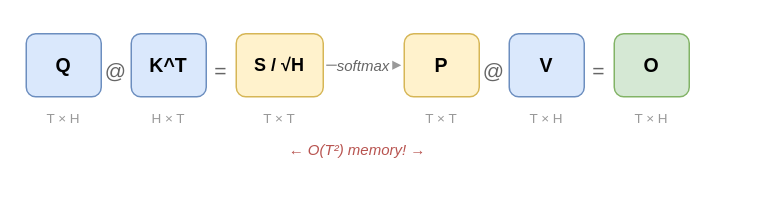
The draw.io diagram images/splash-attention-puzzle1.drawio in vorushin/pallas_puzzles, before the edit. Source tidied: cells renumbered, new cells numbered last; positions are measured from the earlier drawing's top-left corner, leaving out a move shared by most shapes. Both pictures are drawn from the tidied source at 150%, with x=0, y=0 at pixel (26, 33).
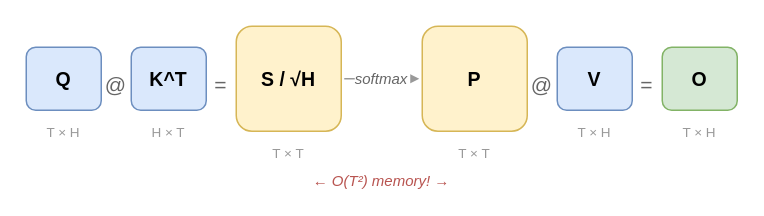
The same page after the edit.

Commit message (it also covers changes not shown here):
Diagrams: scale up 1.5x, SRAM→VMEM, larger T×T boxes in Puzzle 1

What changed in the source:
```diff
@@
     <mxCell id="2" value="Q" style="rounded=1;whiteSpace=wrap;fillColor=#dae8fc;strokeColor=#6c8ebf;fontSize=13;fontStyle=1;" parent="1" vertex="1">
-      <mxGeometry width="50" height="42" as="geometry" />
+      <mxGeometry y="9" width="50" height="42" as="geometry" />
     </mxCell>
     <mxCell id="3" value="@" style="text;fontSize=14;fontColor=#666666;align=center;" parent="1" vertex="1">
-      <mxGeometry x="52" y="10" width="16" height="22" as="geometry" />
+      <mxGeometry x="52" y="19" width="16" height="22" as="geometry" />
     </mxCell>
     <mxCell id="4" value="K^T" style="rounded=1;whiteSpace=wrap;fillColor=#dae8fc;strokeColor=#6c8ebf;fontSize=13;fontStyle=1;" parent="1" vertex="1">
-      <mxGeometry x="70" width="50" height="42" as="geometry" />
+      <mxGeometry x="70" y="9" width="50" height="42" as="geometry" />
     </mxCell>
     <mxCell id="5" value="=" style="text;fontSize=14;fontColor=#666666;align=center;" parent="1" vertex="1">
-      <mxGeometry x="122" y="10" width="16" height="22" as="geometry" />
+      <mxGeometry x="122" y="19" width="16" height="22" as="geometry" />
     </mxCell>
-    <mxCell id="6" value="S / √H" style="rounded=1;whiteSpace=wrap;fillColor=#fff2cc;strokeColor=#d6b656;fontSize=12;fontStyle=1;" parent="1" vertex="1">
-      <mxGeometry x="140" width="58" height="42" as="geometry" />
+    <mxCell id="6" value="S / √H" style="rounded=1;whiteSpace=wrap;fillColor=#fff2cc;strokeColor=#d6b656;fontSize=13;fontStyle=1;" parent="1" vertex="1">
+      <mxGeometry x="140" y="-5" width="70" height="70" as="geometry" />
     </mxCell>
     <mxCell id="7" value="softmax" style="fontSize=10;fontStyle=2;fontColor=#666666;endArrow=block;endFill=1;strokeWidth=1;strokeColor=#999999;" parent="1" edge="1">
       <mxGeometry relative="1" as="geometry">
-        <mxPoint x="200" y="21" as="sourcePoint" />
-        <mxPoint x="250" y="21" as="targetPoint" />
+        <mxPoint x="212" y="30" as="sourcePoint" />
+        <mxPoint x="262" y="30" as="targetPoint" />
       </mxGeometry>
     </mxCell>
     <mxCell id="8" value="P" style="rounded=1;whiteSpace=wrap;fillColor=#fff2cc;strokeColor=#d6b656;fontSize=13;fontStyle=1;" parent="1" vertex="1">
-      <mxGeometry x="252" width="50" height="42" as="geometry" />
+      <mxGeometry x="264" y="-5" width="70" height="70" as="geometry" />
     </mxCell>
     <mxCell id="9" value="@" style="text;fontSize=14;fontColor=#666666;align=center;" parent="1" vertex="1">
-      <mxGeometry x="304" y="10" width="16" height="22" as="geometry" />
+      <mxGeometry x="336" y="19" width="16" height="22" as="geometry" />
     </mxCell>
     <mxCell id="10" value="V" style="rounded=1;whiteSpace=wrap;fillColor=#dae8fc;strokeColor=#6c8ebf;fontSize=13;fontStyle=1;" parent="1" vertex="1">
-      <mxGeometry x="322" width="50" height="42" as="geometry" />
+      <mxGeometry x="354" y="9" width="50" height="42" as="geometry" />
     </mxCell>
     <mxCell id="11" value="=" style="text;fontSize=14;fontColor=#666666;align=center;" parent="1" vertex="1">
-      <mxGeometry x="374" y="10" width="16" height="22" as="geometry" />
+      <mxGeometry x="406" y="19" width="16" height="22" as="geometry" />
     </mxCell>
     <mxCell id="12" value="O" style="rounded=1;whiteSpace=wrap;fillColor=#d5e8d4;strokeColor=#82b366;fontSize=13;fontStyle=1;" parent="1" vertex="1">
-      <mxGeometry x="392" width="50" height="42" as="geometry" />
+      <mxGeometry x="424" y="9" width="50" height="42" as="geometry" />
     </mxCell>
     <mxCell id="13" value="T × H" style="text;fontSize=9;fontColor=#999999;align=center;" parent="1" vertex="1">
-      <mxGeometry y="45" width="50" height="16" as="geometry" />
+      <mxGeometry y="54" width="50" height="16" as="geometry" />
     </mxCell>
     <mxCell id="14" value="H × T" style="text;fontSize=9;fontColor=#999999;align=center;" parent="1" vertex="1">
-      <mxGeometry x="70" y="45" width="50" height="16" as="geometry" />
+      <mxGeometry x="70" y="54" width="50" height="16" as="geometry" />
     </mxCell>
     <mxCell id="15" value="T × T" style="text;fontSize=9;fontColor=#999999;align=center;" parent="1" vertex="1">
-      <mxGeometry x="140" y="45" width="58" height="16" as="geometry" />
+      <mxGeometry x="140" y="68" width="70" height="16" as="geometry" />
     </mxCell>
     <mxCell id="16" value="T × T" style="text;fontSize=9;fontColor=#999999;align=center;" parent="1" vertex="1">
-      <mxGeometry x="252" y="45" width="50" height="16" as="geometry" />
+      <mxGeometry x="264" y="68" width="70" height="16" as="geometry" />
     </mxCell>
     <mxCell id="17" value="T × H" style="text;fontSize=9;fontColor=#999999;align=center;" parent="1" vertex="1">
-      <mxGeometry x="322" y="45" width="50" height="16" as="geometry" />
+      <mxGeometry x="354" y="54" width="50" height="16" as="geometry" />
     </mxCell>
     <mxCell id="18" value="T × H" style="text;fontSize=9;fontColor=#999999;align=center;" parent="1" vertex="1">
-      <mxGeometry x="392" y="45" width="50" height="16" as="geometry" />
+      <mxGeometry x="424" y="54" width="50" height="16" as="geometry" />
     </mxCell>
     <mxCell id="19" value="← O(T²) memory! →" style="text;fontSize=10;fontColor=#b85450;fontStyle=2;align=center;" parent="1" vertex="1">
-      <mxGeometry x="140" y="65" width="162" height="18" as="geometry" />
+      <mxGeometry x="140" y="86" width="194" height="18" as="geometry" />
     </mxCell>
```
